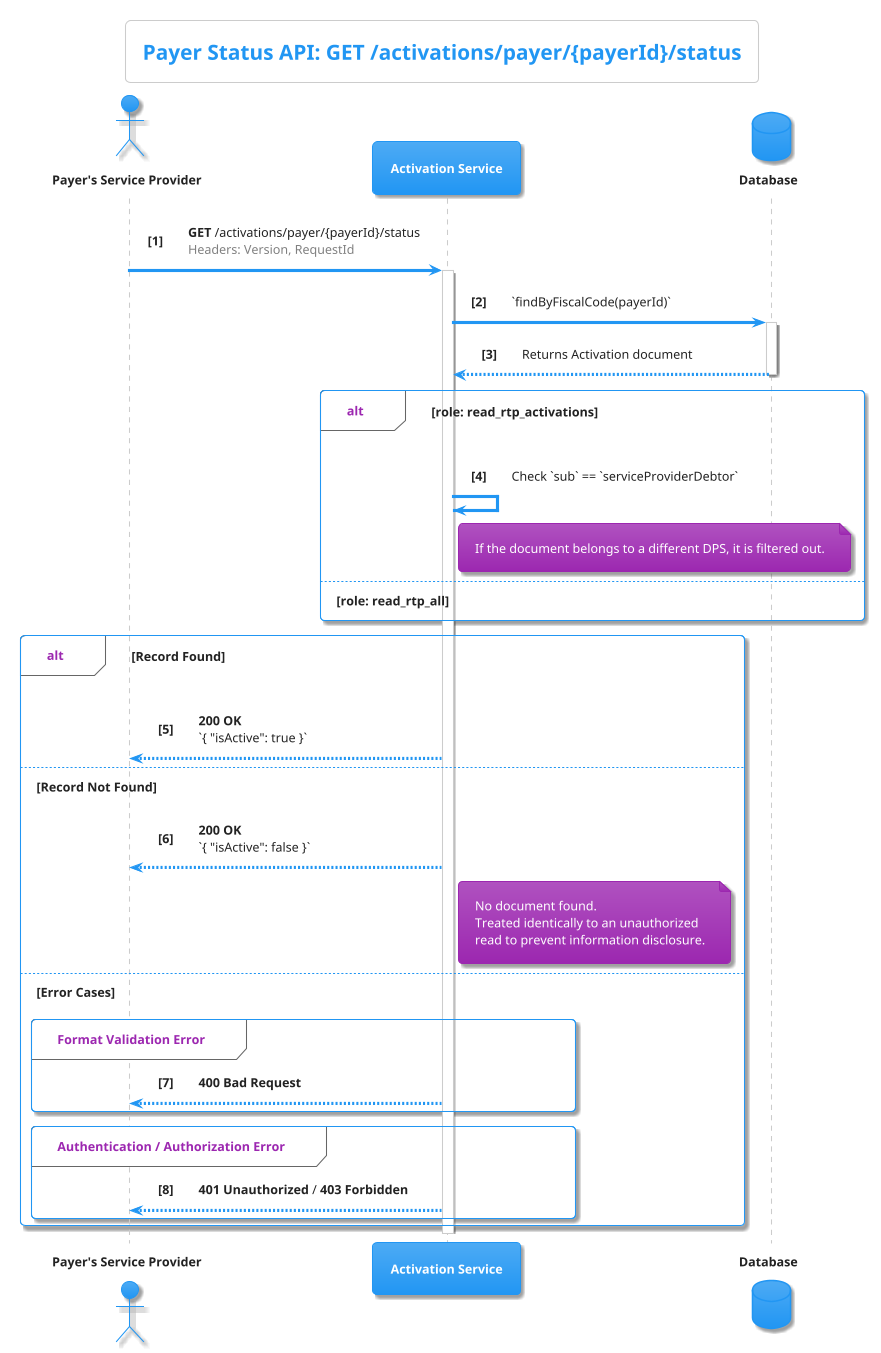
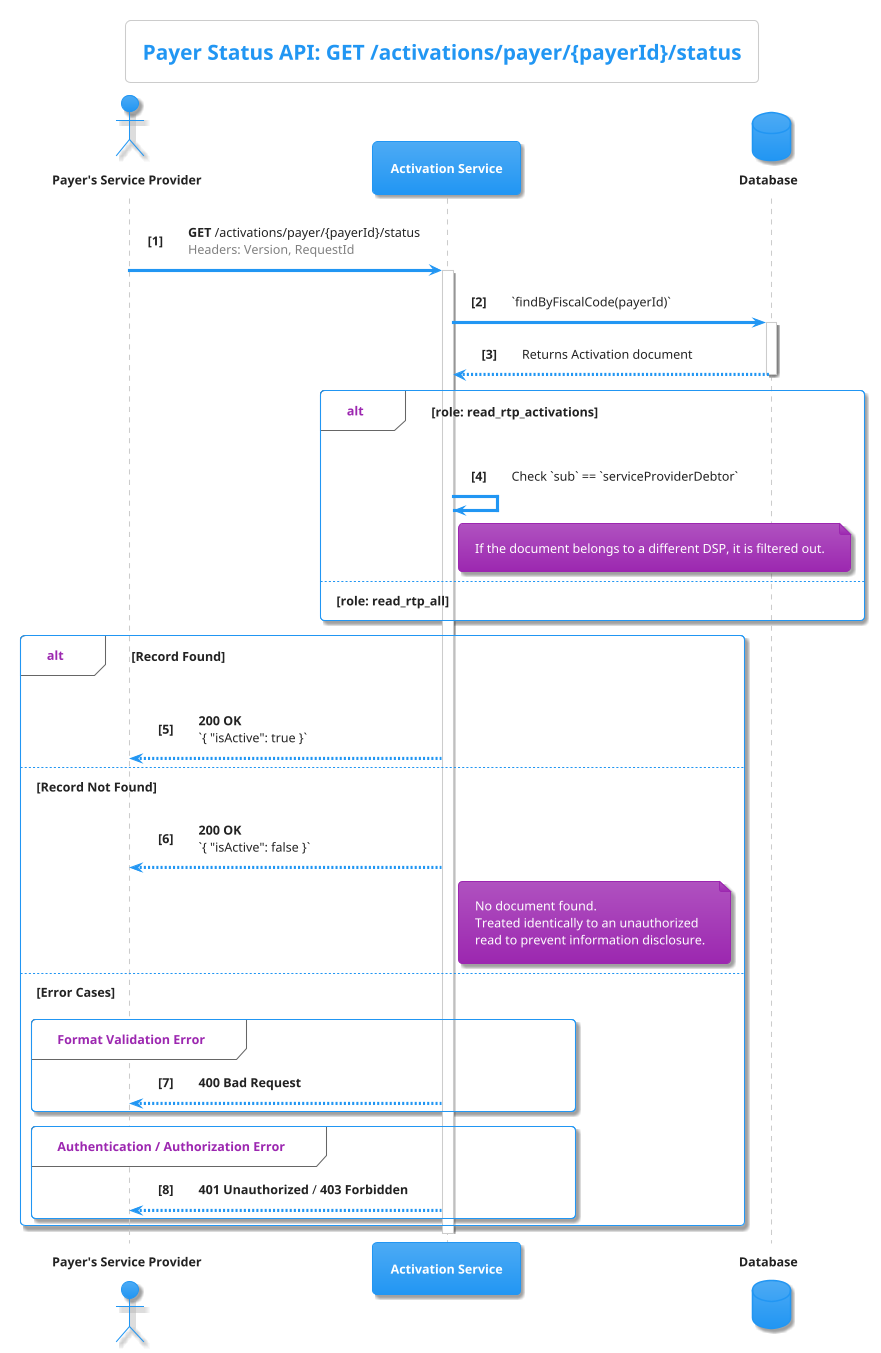
' PlantUML Diagram for RTP Payer Active Status API
' Title: Payer Active Status Check Sequence Diagram
' Version: 1.0.0

@startuml
!theme materia

skinparam SequenceBoxBackgroundColor white
skinparam backgroundColor white

title Payer Status API: GET /activations/payer/{payerId}/status

actor "**Payer's Service Provider**" as DSP
participant "**Activation Service**" as AS
database "**Database**" as DB

autonumber "<b>[0]"

DSP -> AS: **GET** /activations/payer/{payerId}/status\n<font color=gray>Headers: Version, RequestId</font>
activate AS

AS -> DB: `findByFiscalCode(payerId)`
activate DB
DB --> AS: Returns Activation document
deactivate DB

alt **role: read_rtp_activations**

    AS -> AS: Check `sub` == `serviceProviderDebtor`
-     note right of AS: If the document belongs to a different DPS, it is filtered out.
+     note right of AS: If the document belongs to a different DSP, it is filtered out.

else **role: read_rtp_all**

end

alt **Record Found**

    AS --> DSP: **200 OK**\n`{ "isActive": true }`


else **Record Not Found**

    AS --> DSP: **200 OK**\n`{ "isActive": false }`
    note right of AS: No document found.\nTreated identically to an unauthorized\nread to prevent information disclosure.


else **Error Cases**

    group Format Validation Error
        AS --> DSP: **400 Bad Request**
    end group

    group Authentication / Authorization Error
        AS --> DSP: **401 Unauthorized** / **403 Forbidden**
    end group

end

deactivate AS

@enduml